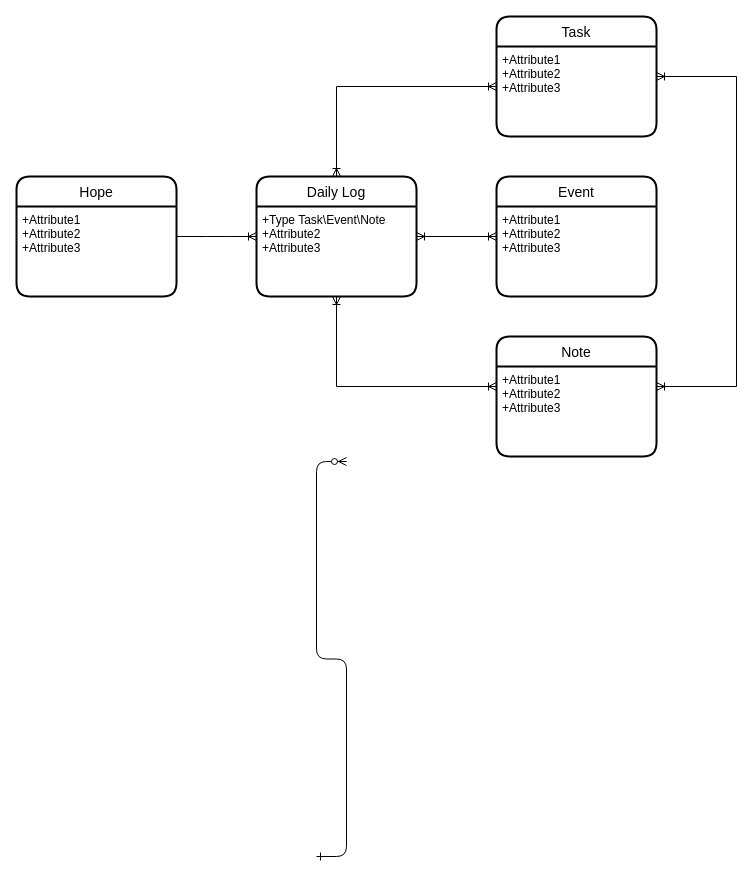
The draw.io diagram flow chart/Untitled Diagram.drawio in Axiao89757/notes, before the edit. Source tidied: cells renumbered, new cells numbered last; positions are measured from the earlier drawing's top-left corner, leaving out a move shared by most shapes. Both pictures are drawn from the tidied source at 100%, with x=0, y=0 at pixel (16, 16).
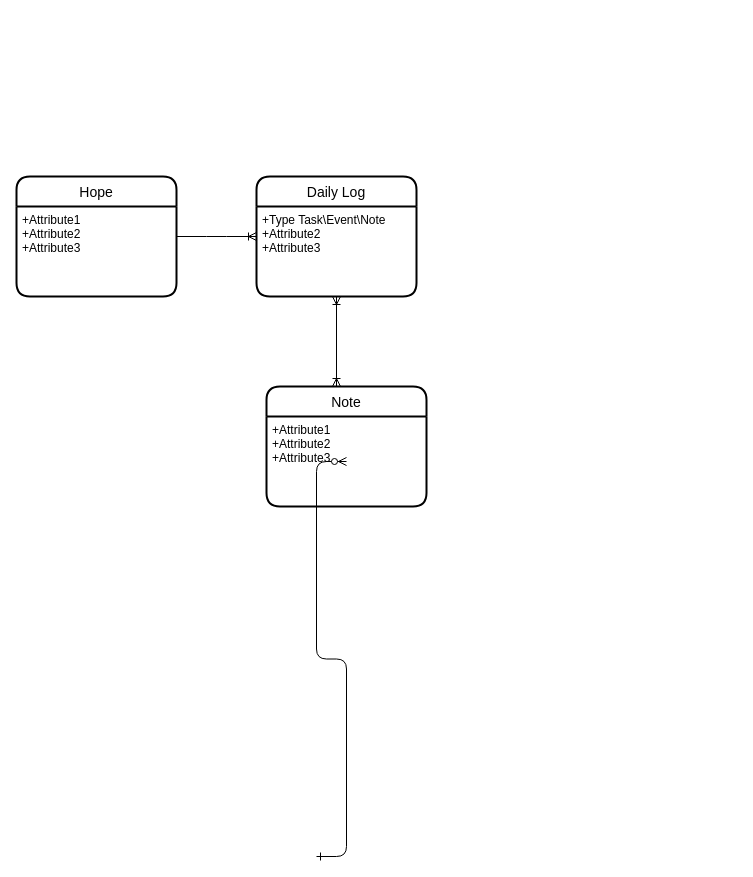
Above is the later version.

The change refers to these unchanged cells:
```xml
<mxCell id="5" value="Daily Log" style="swimlane;horizontal=1;startSize=30;rounded=1;fontSize=14;fontStyle=0;strokeWidth=2;shadow=0;dashed=0;align=center;" parent="1" vertex="1">
  <mxGeometry x="240" y="160" width="160" height="120" as="geometry" />
</mxCell>
```

The edit, as a diff of the source:
```diff
@@
-    <mxCell id="8" value="Event" style="swimlane;horizontal=1;startSize=30;rounded=1;fontSize=14;fontStyle=0;strokeWidth=2;shadow=0;dashed=0;align=center;" parent="1" vertex="1">
-      <mxGeometry x="480" y="160" width="160" height="120" as="geometry" />
-    </mxCell>
-    <mxCell id="9" value="+Attribute1&#10;+Attribute2&#10;+Attribute3" style="align=left;strokeColor=none;fillColor=none;spacingLeft=4;fontSize=12;verticalAlign=top;" parent="8" vertex="1">
-      <mxGeometry y="30" width="160" height="90" as="geometry" />
-    </mxCell>
-    <mxCell id="10" style="edgeStyle=orthogonalEdgeStyle;rounded=0;jettySize=auto;html=1;endArrow=ERoneToMany;endFill=0;startArrow=ERoneToMany;startFill=0;" parent="1" edge="1" source="5" target="8">
-      <mxGeometry relative="1" as="geometry" />
-    </mxCell>
-    <mxCell id="11" value="Task" style="swimlane;horizontal=1;startSize=30;rounded=1;fontSize=14;fontStyle=0;strokeWidth=2;shadow=0;dashed=0;align=center;" parent="1" vertex="1">
-      <mxGeometry x="480" width="160" height="120" as="geometry" />
-    </mxCell>
-    <mxCell id="12" value="+Attribute1&#10;+Attribute2&#10;+Attribute3" style="align=left;strokeColor=none;fillColor=none;spacingLeft=4;fontSize=12;verticalAlign=top;" parent="11" vertex="1">
-      <mxGeometry y="30" width="160" height="90" as="geometry" />
-    </mxCell>
     <mxCell id="13" value="Note" style="swimlane;horizontal=1;startSize=30;rounded=1;fontSize=14;fontStyle=0;strokeWidth=2;shadow=0;dashed=0;align=center;" parent="1" vertex="1">
-      <mxGeometry x="480" y="320" width="160" height="120" as="geometry" />
+      <mxGeometry x="250" y="370" width="160" height="120" as="geometry" />
     </mxCell>
@@
-    <mxCell id="16" style="edgeStyle=orthogonalEdgeStyle;rounded=0;jettySize=auto;html=1;endArrow=ERoneToMany;endFill=0;startArrow=ERoneToMany;startFill=0;" parent="1" edge="1" source="5" target="11">
-      <mxGeometry relative="1" as="geometry">
-        <Array as="points">
-          <mxPoint x="320" y="70" />
-        </Array>
-      </mxGeometry>
-    </mxCell>
-    <mxCell id="17" style="edgeStyle=orthogonalEdgeStyle;rounded=0;jettySize=auto;html=1;endArrow=ERoneToMany;endFill=0;startArrow=ERoneToMany;startFill=0;" parent="1" edge="1" source="13" target="11">
-      <mxGeometry relative="1" as="geometry">
-        <Array as="points">
-          <mxPoint x="720" y="370" />
-          <mxPoint x="720" y="60" />
-        </Array>
-      </mxGeometry>
-    </mxCell>
```
